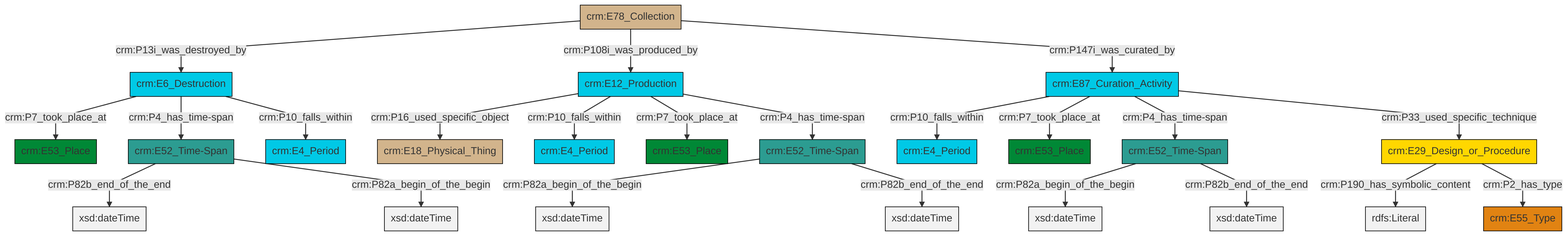
Earlier version of the Mermaid export et/archivalCSV/ttl/mmd/png/archival_existence.png (swiss-art-research-net/docs.swissartresearch). Its source is kept beside it as et/archivalCSV/ttl/mmd/archival_existence.ttl.mmd.
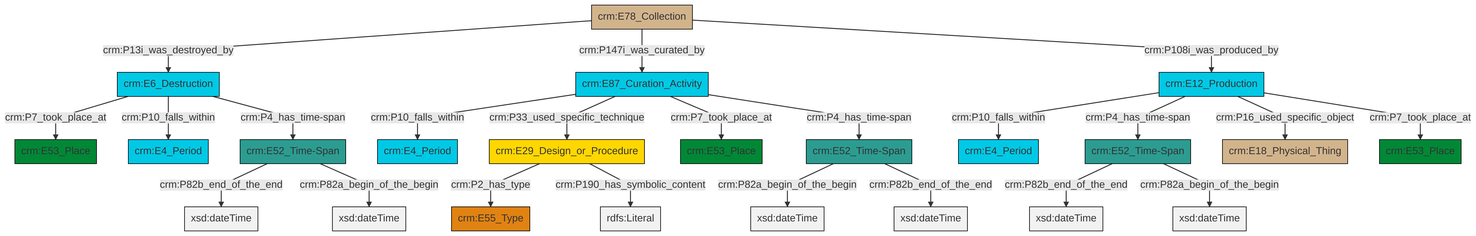
Above is the later version.

What changed in the source:
```diff
@@ -13,25 +13,25 @@
 classDef PC_Classes fill:#4ce600, stroke:#000000;
 classDef Multi fill:#cccccc,stroke:#000000;
 
-2["crm:E78_Collection"]:::Physical_Thing -->|crm:P13i_was_destroyed_by| 0["crm:E6_Destruction"]:::Temporal_Entity
-3["crm:E12_Production"]:::Temporal_Entity -->|crm:P16_used_specific_object| 4["crm:E18_Physical_Thing"]:::Physical_Thing
-5["crm:E29_Design_or_Procedure"]:::Conceptual_Object -->|crm:P190_has_symbolic_content| 6[rdfs:Literal]:::Literal
-7["crm:E52_Time-Span"]:::Time-Span -->|crm:P82b_end_of_the_end| 8[xsd:dateTime]:::Literal
-13["crm:E87_Curation_Activity"]:::Temporal_Entity -->|crm:P10_falls_within| 14["crm:E4_Period"]:::Temporal_Entity
-0["crm:E6_Destruction"]:::Temporal_Entity -->|crm:P7_took_place_at| 15["crm:E53_Place"]:::Place
-2["crm:E78_Collection"]:::Physical_Thing -->|crm:P108i_was_produced_by| 3["crm:E12_Production"]:::Temporal_Entity
-0["crm:E6_Destruction"]:::Temporal_Entity -->|crm:P4_has_time-span| 7["crm:E52_Time-Span"]:::Time-Span
-0["crm:E6_Destruction"]:::Temporal_Entity -->|crm:P10_falls_within| 19["crm:E4_Period"]:::Temporal_Entity
-11["crm:E52_Time-Span"]:::Time-Span -->|crm:P82a_begin_of_the_begin| 24[xsd:dateTime]:::Literal
-13["crm:E87_Curation_Activity"]:::Temporal_Entity -->|crm:P7_took_place_at| 25["crm:E53_Place"]:::Place
-22["crm:E52_Time-Span"]:::Time-Span -->|crm:P82a_begin_of_the_begin| 26[xsd:dateTime]:::Literal
-22["crm:E52_Time-Span"]:::Time-Span -->|crm:P82b_end_of_the_end| 28[xsd:dateTime]:::Literal
-7["crm:E52_Time-Span"]:::Time-Span -->|crm:P82a_begin_of_the_begin| 30[xsd:dateTime]:::Literal
-13["crm:E87_Curation_Activity"]:::Temporal_Entity -->|crm:P4_has_time-span| 22["crm:E52_Time-Span"]:::Time-Span
-2["crm:E78_Collection"]:::Physical_Thing -->|crm:P147i_was_curated_by| 13["crm:E87_Curation_Activity"]:::Temporal_Entity
-3["crm:E12_Production"]:::Temporal_Entity -->|crm:P10_falls_within| 9["crm:E4_Period"]:::Temporal_Entity
-5["crm:E29_Design_or_Procedure"]:::Conceptual_Object -->|crm:P2_has_type| 16["crm:E55_Type"]:::Type
-11["crm:E52_Time-Span"]:::Time-Span -->|crm:P82b_end_of_the_end| 37[xsd:dateTime]:::Literal
-13["crm:E87_Curation_Activity"]:::Temporal_Entity -->|crm:P33_used_specific_technique| 5["crm:E29_Design_or_Procedure"]:::Conceptual_Object
-3["crm:E12_Production"]:::Temporal_Entity -->|crm:P7_took_place_at| 34["crm:E53_Place"]:::Place
-3["crm:E12_Production"]:::Temporal_Entity -->|crm:P4_has_time-span| 11["crm:E52_Time-Span"]:::Time-Span
+2["crm:E52_Time-Span"]:::Time-Span -->|crm:P82a_begin_of_the_begin| 3[xsd:dateTime]:::Literal
+4["crm:E78_Collection"]:::Physical_Thing -->|crm:P13i_was_destroyed_by| 5["crm:E6_Destruction"]:::Temporal_Entity
+6["crm:E29_Design_or_Procedure"]:::Conceptual_Object -->|crm:P2_has_type| 7["crm:E55_Type"]:::Type
+5["crm:E6_Destruction"]:::Temporal_Entity -->|crm:P7_took_place_at| 8["crm:E53_Place"]:::Place
+4["crm:E78_Collection"]:::Physical_Thing -->|crm:P147i_was_curated_by| 9["crm:E87_Curation_Activity"]:::Temporal_Entity
+9["crm:E87_Curation_Activity"]:::Temporal_Entity -->|crm:P10_falls_within| 13["crm:E4_Period"]:::Temporal_Entity
+6["crm:E29_Design_or_Procedure"]:::Conceptual_Object -->|crm:P190_has_symbolic_content| 16[rdfs:Literal]:::Literal
+9["crm:E87_Curation_Activity"]:::Temporal_Entity -->|crm:P33_used_specific_technique| 6["crm:E29_Design_or_Procedure"]:::Conceptual_Object
+9["crm:E87_Curation_Activity"]:::Temporal_Entity -->|crm:P7_took_place_at| 10["crm:E53_Place"]:::Place
+14["crm:E52_Time-Span"]:::Time-Span -->|crm:P82b_end_of_the_end| 22[xsd:dateTime]:::Literal
+17["crm:E52_Time-Span"]:::Time-Span -->|crm:P82b_end_of_the_end| 23[xsd:dateTime]:::Literal
+0["crm:E12_Production"]:::Temporal_Entity -->|crm:P10_falls_within| 24["crm:E4_Period"]:::Temporal_Entity
+0["crm:E12_Production"]:::Temporal_Entity -->|crm:P4_has_time-span| 17["crm:E52_Time-Span"]:::Time-Span
+9["crm:E87_Curation_Activity"]:::Temporal_Entity -->|crm:P4_has_time-span| 2["crm:E52_Time-Span"]:::Time-Span
+0["crm:E12_Production"]:::Temporal_Entity -->|crm:P16_used_specific_object| 29["crm:E18_Physical_Thing"]:::Physical_Thing
+0["crm:E12_Production"]:::Temporal_Entity -->|crm:P7_took_place_at| 25["crm:E53_Place"]:::Place
+4["crm:E78_Collection"]:::Physical_Thing -->|crm:P108i_was_produced_by| 0["crm:E12_Production"]:::Temporal_Entity
+5["crm:E6_Destruction"]:::Temporal_Entity -->|crm:P10_falls_within| 27["crm:E4_Period"]:::Temporal_Entity
+17["crm:E52_Time-Span"]:::Time-Span -->|crm:P82a_begin_of_the_begin| 33[xsd:dateTime]:::Literal
+2["crm:E52_Time-Span"]:::Time-Span -->|crm:P82b_end_of_the_end| 37[xsd:dateTime]:::Literal
+5["crm:E6_Destruction"]:::Temporal_Entity -->|crm:P4_has_time-span| 14["crm:E52_Time-Span"]:::Time-Span
+14["crm:E52_Time-Span"]:::Time-Span -->|crm:P82a_begin_of_the_begin| 38[xsd:dateTime]:::Literal
```
